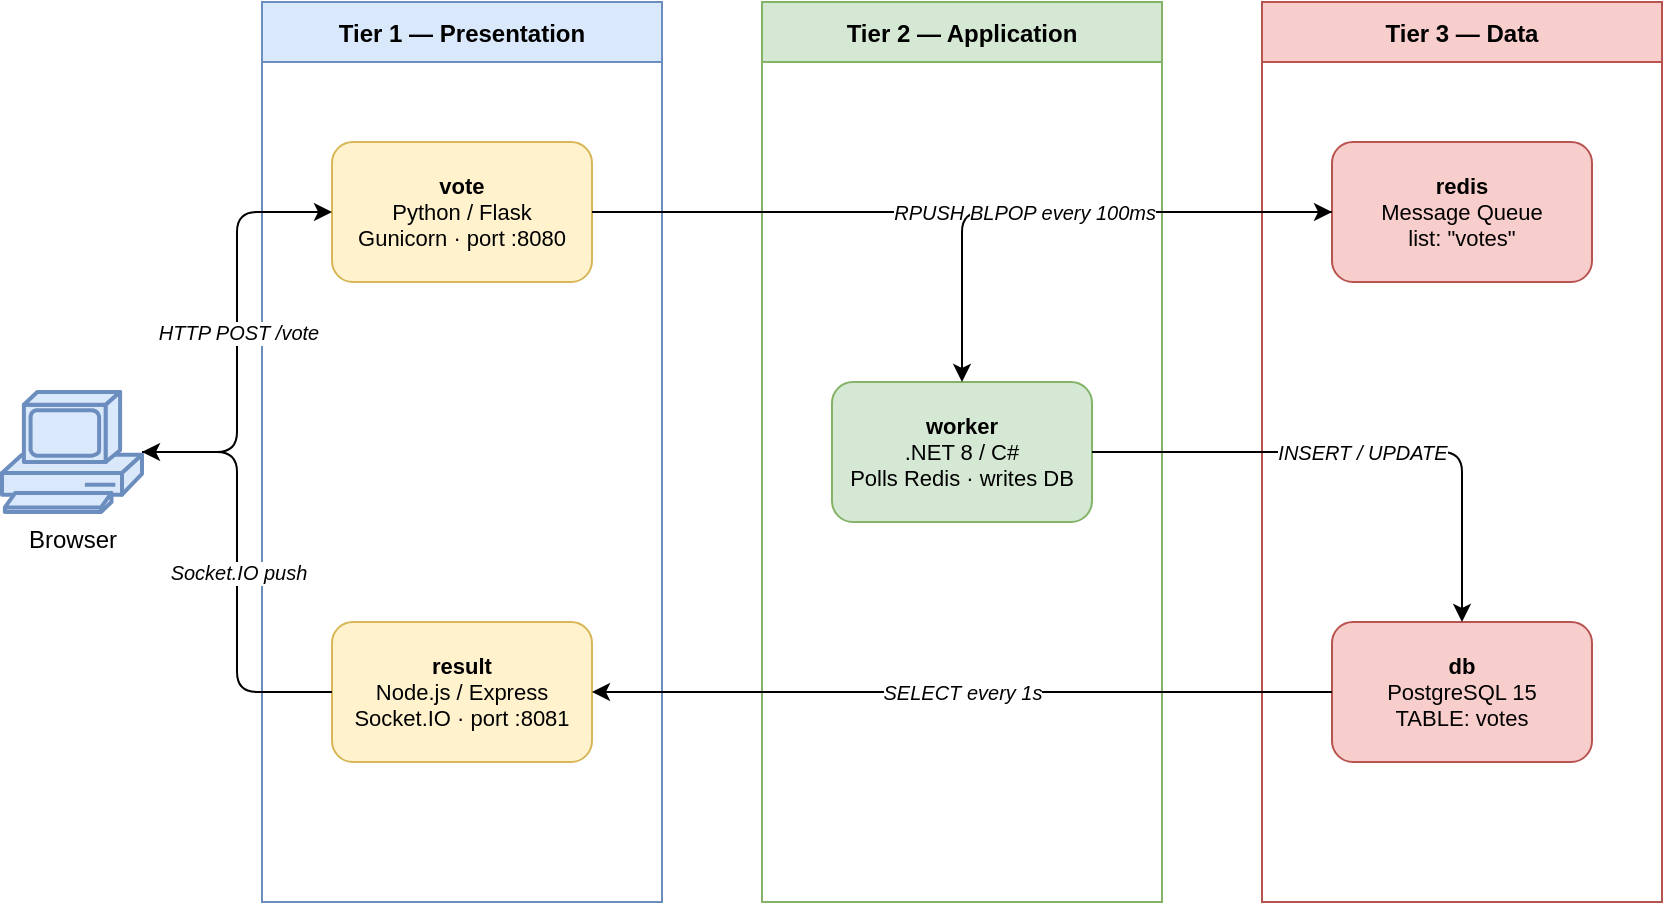
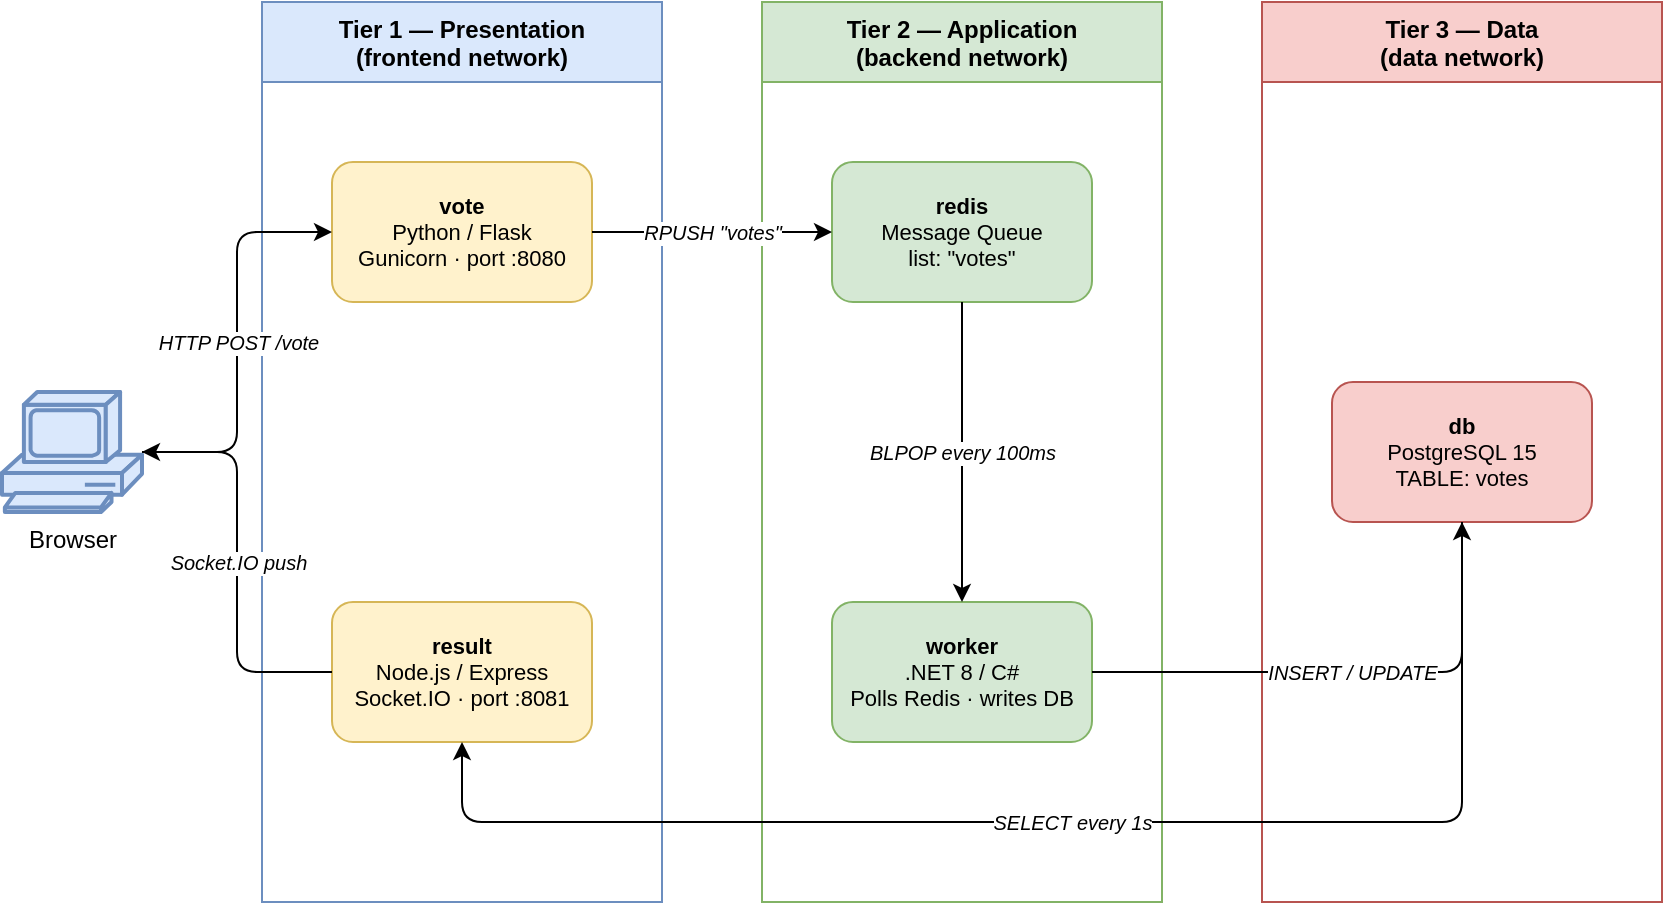
- <mxfile host="app.diagrams.net">
-   <diagram name="3-Tier Architecture" id="voting-app-3tier">
-     <mxGraphModel dx="1200" dy="800" grid="1" gridSize="10" guides="1" tooltips="1" connect="1" arrows="1" fold="1" page="1" pageScale="1" pageWidth="1169" pageHeight="827" math="0" shadow="0">
-       <root>
-         <mxCell id="0" />
-         <mxCell id="1" parent="0" />
- 
-         <!-- Browser -->
-         <mxCell id="2" value="Browser" style="shape=mxgraph.cisco.computers_and_peripherals.pc;sketch=0;html=1;pointerEvents=1;dashed=0;fillColor=#dae8fc;strokeColor=#6c8ebf;strokeWidth=2;verticalLabelPosition=bottom;verticalAlign=top;align=center;" vertex="1" parent="1">
-           <mxGeometry x="30" y="275" width="70" height="60" as="geometry" />
-         </mxCell>
- 
-         <!-- Tier 1: Presentation -->
-         <mxCell id="3" value="Tier 1 — Presentation" style="swimlane;startSize=30;fillColor=#dae8fc;strokeColor=#6c8ebf;fontStyle=1;fontSize=12;" vertex="1" parent="1">
-           <mxGeometry x="160" y="80" width="200" height="450" as="geometry" />
-         </mxCell>
- 
-         <!-- vote -->
-         <mxCell id="4" value="&lt;b&gt;vote&lt;/b&gt;&lt;br&gt;Python / Flask&lt;br&gt;Gunicorn · port :8080" style="rounded=1;whiteSpace=wrap;html=1;fillColor=#fff2cc;strokeColor=#d6b656;fontSize=11;" vertex="1" parent="3">
-           <mxGeometry x="35" y="70" width="130" height="70" as="geometry" />
-         </mxCell>
- 
-         <!-- result -->
-         <mxCell id="5" value="&lt;b&gt;result&lt;/b&gt;&lt;br&gt;Node.js / Express&lt;br&gt;Socket.IO · port :8081" style="rounded=1;whiteSpace=wrap;html=1;fillColor=#fff2cc;strokeColor=#d6b656;fontSize=11;" vertex="1" parent="3">
-           <mxGeometry x="35" y="310" width="130" height="70" as="geometry" />
-         </mxCell>
- 
-         <!-- Tier 2: Application -->
-         <mxCell id="6" value="Tier 2 — Application" style="swimlane;startSize=30;fillColor=#d5e8d4;strokeColor=#82b366;fontStyle=1;fontSize=12;" vertex="1" parent="1">
-           <mxGeometry x="410" y="80" width="200" height="450" as="geometry" />
-         </mxCell>
- 
-         <!-- worker -->
-         <mxCell id="7" value="&lt;b&gt;worker&lt;/b&gt;&lt;br&gt;.NET 8 / C#&lt;br&gt;Polls Redis · writes DB" style="rounded=1;whiteSpace=wrap;html=1;fillColor=#d5e8d4;strokeColor=#82b366;fontSize=11;" vertex="1" parent="6">
-           <mxGeometry x="35" y="190" width="130" height="70" as="geometry" />
-         </mxCell>
- 
-         <!-- Tier 3: Data -->
-         <mxCell id="8" value="Tier 3 — Data" style="swimlane;startSize=30;fillColor=#f8cecc;strokeColor=#b85450;fontStyle=1;fontSize=12;" vertex="1" parent="1">
-           <mxGeometry x="660" y="80" width="200" height="450" as="geometry" />
-         </mxCell>
- 
-         <!-- redis -->
-         <mxCell id="9" value="&lt;b&gt;redis&lt;/b&gt;&lt;br&gt;Message Queue&lt;br&gt;list: &quot;votes&quot;" style="rounded=1;whiteSpace=wrap;html=1;fillColor=#f8cecc;strokeColor=#b85450;fontSize=11;" vertex="1" parent="8">
-           <mxGeometry x="35" y="70" width="130" height="70" as="geometry" />
-         </mxCell>
- 
-         <!-- db -->
-         <mxCell id="10" value="&lt;b&gt;db&lt;/b&gt;&lt;br&gt;PostgreSQL 15&lt;br&gt;TABLE: votes" style="rounded=1;whiteSpace=wrap;html=1;fillColor=#f8cecc;strokeColor=#b85450;fontSize=11;" vertex="1" parent="8">
-           <mxGeometry x="35" y="310" width="130" height="70" as="geometry" />
-         </mxCell>
- 
-         <!-- EDGES -->
- 
-         <!-- Browser → vote -->
-         <mxCell id="e1" value="HTTP POST /vote" style="edgeStyle=orthogonalEdgeStyle;html=1;exitX=1;exitY=0.5;exitDx=0;exitDy=0;entryX=0;entryY=0.5;entryDx=0;entryDy=0;fontStyle=2;fontSize=10;" edge="1" source="2" target="4" parent="1">
-           <mxGeometry relative="1" as="geometry" />
-         </mxCell>
- 
-         <!-- vote → redis -->
-         <mxCell id="e2" value='RPUSH "votes"' style="edgeStyle=orthogonalEdgeStyle;html=1;fontStyle=2;fontSize=10;" edge="1" source="4" target="9" parent="1">
-           <mxGeometry relative="1" as="geometry" />
-         </mxCell>
- 
-         <!-- redis → worker -->
-         <mxCell id="e3" value="BLPOP every 100ms" style="edgeStyle=orthogonalEdgeStyle;html=1;fontStyle=2;fontSize=10;" edge="1" source="9" target="7" parent="1">
-           <mxGeometry relative="1" as="geometry" />
-         </mxCell>
- 
-         <!-- worker → db -->
-         <mxCell id="e4" value="INSERT / UPDATE" style="edgeStyle=orthogonalEdgeStyle;html=1;fontStyle=2;fontSize=10;" edge="1" source="7" target="10" parent="1">
-           <mxGeometry relative="1" as="geometry" />
-         </mxCell>
- 
-         <!-- db → result -->
-         <mxCell id="e5" value="SELECT every 1s" style="edgeStyle=orthogonalEdgeStyle;html=1;fontStyle=2;fontSize=10;" edge="1" source="10" target="5" parent="1">
-           <mxGeometry relative="1" as="geometry" />
-         </mxCell>
- 
-         <!-- result → Browser -->
-         <mxCell id="e6" value="Socket.IO push" style="edgeStyle=orthogonalEdgeStyle;html=1;exitX=0;exitY=0.5;exitDx=0;exitDy=0;entryX=1;entryY=0.5;entryDx=0;entryDy=0;fontStyle=2;fontSize=10;" edge="1" source="5" target="2" parent="1">
-           <mxGeometry relative="1" as="geometry" />
-         </mxCell>
- 
-       </root>
-     </mxGraphModel>
-   </diagram>
- </mxfile>
+ <mxfile host="65bd71144e">
+     <diagram name="3-Tier Architecture" id="voting-app-3tier">
+         <mxGraphModel dx="527" dy="795" grid="1" gridSize="10" guides="1" tooltips="1" connect="1" arrows="1" fold="1" page="1" pageScale="1" pageWidth="1169" pageHeight="827" math="0" shadow="0">
+             <root>
+                 <mxCell id="0"/>
+                 <mxCell id="1" parent="0"/>
+                 <mxCell id="2" value="Browser" style="shape=mxgraph.cisco.computers_and_peripherals.pc;sketch=0;html=1;pointerEvents=1;dashed=0;fillColor=#dae8fc;strokeColor=#6c8ebf;strokeWidth=2;verticalLabelPosition=bottom;verticalAlign=top;align=center;" parent="1" vertex="1">
+                     <mxGeometry x="30" y="275" width="70" height="60" as="geometry"/>
+                 </mxCell>
+                 <mxCell id="3" value="Tier 1 — Presentation&#xa;(frontend network)" style="swimlane;startSize=40;fillColor=#dae8fc;strokeColor=#6c8ebf;fontStyle=1;fontSize=12;" parent="1" vertex="1">
+                     <mxGeometry x="160" y="80" width="200" height="450" as="geometry"/>
+                 </mxCell>
+                 <mxCell id="4" value="&lt;b&gt;vote&lt;/b&gt;&lt;br&gt;Python / Flask&lt;br&gt;Gunicorn · port :8080" style="rounded=1;whiteSpace=wrap;html=1;fillColor=#fff2cc;strokeColor=#d6b656;fontSize=11;" parent="3" vertex="1">
+                     <mxGeometry x="35" y="80" width="130" height="70" as="geometry"/>
+                 </mxCell>
+                 <mxCell id="5" value="&lt;b&gt;result&lt;/b&gt;&lt;br&gt;Node.js / Express&lt;br&gt;Socket.IO · port :8081" style="rounded=1;whiteSpace=wrap;html=1;fillColor=#fff2cc;strokeColor=#d6b656;fontSize=11;" parent="3" vertex="1">
+                     <mxGeometry x="35" y="300" width="130" height="70" as="geometry"/>
+                 </mxCell>
+                 <mxCell id="6" value="Tier 2 — Application&#xa;(backend network)" style="swimlane;startSize=40;fillColor=#d5e8d4;strokeColor=#82b366;fontStyle=1;fontSize=12;" parent="1" vertex="1">
+                     <mxGeometry x="410" y="80" width="200" height="450" as="geometry"/>
+                 </mxCell>
+                 <mxCell id="9" value="&lt;b&gt;redis&lt;/b&gt;&lt;br&gt;Message Queue&lt;br&gt;list: &quot;votes&quot;" style="rounded=1;whiteSpace=wrap;html=1;fillColor=#d5e8d4;strokeColor=#82b366;fontSize=11;" parent="6" vertex="1">
+                     <mxGeometry x="35" y="80" width="130" height="70" as="geometry"/>
+                 </mxCell>
+                 <mxCell id="7" value="&lt;b&gt;worker&lt;/b&gt;&lt;br&gt;.NET 8 / C#&lt;br&gt;Polls Redis · writes DB" style="rounded=1;whiteSpace=wrap;html=1;fillColor=#d5e8d4;strokeColor=#82b366;fontSize=11;" parent="6" vertex="1">
+                     <mxGeometry x="35" y="300" width="130" height="70" as="geometry"/>
+                 </mxCell>
+                 <mxCell id="8" value="Tier 3 — Data&#xa;(data network)" style="swimlane;startSize=40;fillColor=#f8cecc;strokeColor=#b85450;fontStyle=1;fontSize=12;" parent="1" vertex="1">
+                     <mxGeometry x="660" y="80" width="200" height="450" as="geometry"/>
+                 </mxCell>
+                 <mxCell id="10" value="&lt;b&gt;db&lt;/b&gt;&lt;br&gt;PostgreSQL 15&lt;br&gt;TABLE: votes" style="rounded=1;whiteSpace=wrap;html=1;fillColor=#f8cecc;strokeColor=#b85450;fontSize=11;" parent="8" vertex="1">
+                     <mxGeometry x="35" y="190" width="130" height="70" as="geometry"/>
+                 </mxCell>
+                 <mxCell id="e1" value="HTTP POST /vote" style="edgeStyle=orthogonalEdgeStyle;html=1;exitX=1;exitY=0.5;exitDx=0;exitDy=0;entryX=0;entryY=0.5;entryDx=0;entryDy=0;fontStyle=2;fontSize=10;" parent="1" source="2" target="4" edge="1">
+                     <mxGeometry relative="1" as="geometry"/>
+                 </mxCell>
+                 <mxCell id="e2" value="RPUSH &quot;votes&quot;" style="edgeStyle=orthogonalEdgeStyle;html=1;fontStyle=2;fontSize=10;" parent="1" source="4" target="9" edge="1">
+                     <mxGeometry relative="1" as="geometry"/>
+                 </mxCell>
+                 <mxCell id="e3" value="BLPOP every 100ms" style="edgeStyle=orthogonalEdgeStyle;html=1;fontStyle=2;fontSize=10;" parent="1" source="9" target="7" edge="1">
+                     <mxGeometry relative="1" as="geometry"/>
+                 </mxCell>
+                 <mxCell id="e4" value="INSERT / UPDATE" style="edgeStyle=orthogonalEdgeStyle;html=1;fontStyle=2;fontSize=10;" parent="1" source="7" target="10" edge="1">
+                     <mxGeometry relative="1" as="geometry"/>
+                 </mxCell>
+                 <mxCell id="e5" value="SELECT every 1s" style="edgeStyle=orthogonalEdgeStyle;html=1;fontStyle=2;fontSize=10;" parent="1" source="10" target="5" edge="1">
+                     <mxGeometry relative="1" as="geometry">
+                         <Array as="points">
+                             <mxPoint x="760" y="490"/>
+                             <mxPoint x="260" y="490"/>
+                         </Array>
+                     </mxGeometry>
+                 </mxCell>
+                 <mxCell id="e6" value="Socket.IO push" style="edgeStyle=orthogonalEdgeStyle;html=1;exitX=0;exitY=0.5;exitDx=0;exitDy=0;entryX=1;entryY=0.5;entryDx=0;entryDy=0;fontStyle=2;fontSize=10;" parent="1" source="5" target="2" edge="1">
+                     <mxGeometry relative="1" as="geometry"/>
+                 </mxCell>
+             </root>
+         </mxGraphModel>
+     </diagram>
+ </mxfile>